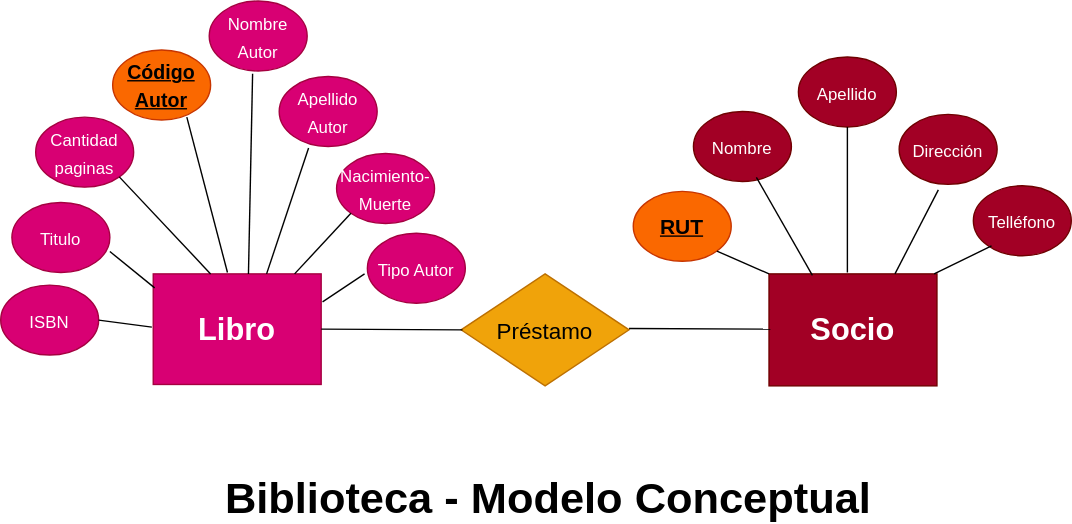
Before: Modelo_conceptual.drawio.svg, a diagram exported from draw.io (marcelomolinamartinez/prueba_biblioteca). Source tidied: cells renumbered, new cells last; positions are measured from the earlier drawing's top-left corner, leaving out a move shared by most shapes.
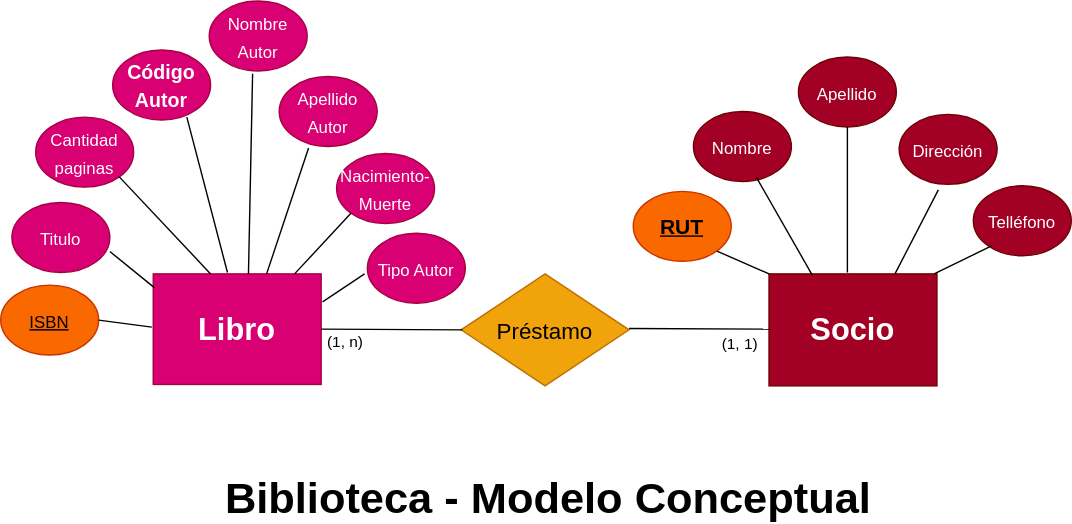
Above is the later version.

Diff of the diagram source:
```diff
@@ -16,19 +16,25 @@
         <mxPoint x="330" y="235" as="targetPoint" />
       </mxGeometry>
     </mxCell>
+    <mxCell id="35" value="(1, n)" style="edgeLabel;html=1;align=center;verticalAlign=middle;" parent="5" vertex="1">
+      <mxGeometry x="-0.66" y="-9" relative="1" as="geometry" />
+    </mxCell>
     <mxCell id="6" style="endArrow=none;html=1;fontSize=16;exitX=1;exitY=0.5;exitDx=0;exitDy=0;" parent="1" edge="1">
       <mxGeometry relative="1" as="geometry">
         <mxPoint x="449" y="234" as="sourcePoint" />
         <mxPoint x="550" y="234.5" as="targetPoint" />
       </mxGeometry>
     </mxCell>
+    <mxCell id="36" value="(1, 1)" style="edgeLabel;html=1;align=center;verticalAlign=middle;" parent="6" vertex="1">
+      <mxGeometry x="0.57" y="-10" relative="1" as="geometry" />
+    </mxCell>
-    <mxCell id="7" value="&lt;font style=&quot;font-size: 12px&quot;&gt;ISBN&lt;/font&gt;" style="ellipse;whiteSpace=wrap;html=1;fontSize=16;fillColor=#d80073;fontColor=#ffffff;strokeColor=#A50040;" parent="1" vertex="1">
+    <mxCell id="7" value="&lt;font style=&quot;font-size: 12px&quot;&gt;ISBN&lt;/font&gt;" style="ellipse;whiteSpace=wrap;html=1;fontSize=16;fillColor=#fa6800;fontColor=#000000;strokeColor=#C73500;fontStyle=4;" parent="1" vertex="1">
       <mxGeometry y="203" width="70" height="50" as="geometry" />
     </mxCell>
     <mxCell id="8" value="&lt;font style=&quot;font-size: 12px&quot;&gt;Nombre Autor&lt;/font&gt;" style="ellipse;whiteSpace=wrap;html=1;fontSize=16;fillColor=#d80073;fontColor=#ffffff;strokeColor=#A50040;" parent="1" vertex="1">
       <mxGeometry x="149" width="70" height="50" as="geometry" />
     </mxCell>
-    <mxCell id="9" value="&lt;font size=&quot;1&quot;&gt;&lt;u&gt;&lt;b style=&quot;font-size: 14px&quot;&gt;Código Autor&lt;/b&gt;&lt;/u&gt;&lt;/font&gt;" style="ellipse;whiteSpace=wrap;html=1;fontSize=16;fillColor=#fa6800;fontColor=#000000;strokeColor=#C73500;" parent="1" vertex="1">
+    <mxCell id="9" value="&lt;font size=&quot;1&quot;&gt;&lt;span&gt;&lt;b style=&quot;font-size: 14px&quot;&gt;Código Autor&lt;/b&gt;&lt;/span&gt;&lt;/font&gt;" style="ellipse;whiteSpace=wrap;html=1;fontSize=16;fillColor=#d80073;fontColor=#ffffff;strokeColor=#A50040;fontStyle=0;" parent="1" vertex="1">
       <mxGeometry x="80" y="35" width="70" height="50" as="geometry" />
     </mxCell>
     <mxCell id="10" style="edgeStyle=orthogonalEdgeStyle;orthogonalLoop=1;jettySize=auto;html=1;exitX=0.5;exitY=1;exitDx=0;exitDy=0;fontSize=12;" parent="1" edge="1">
```
